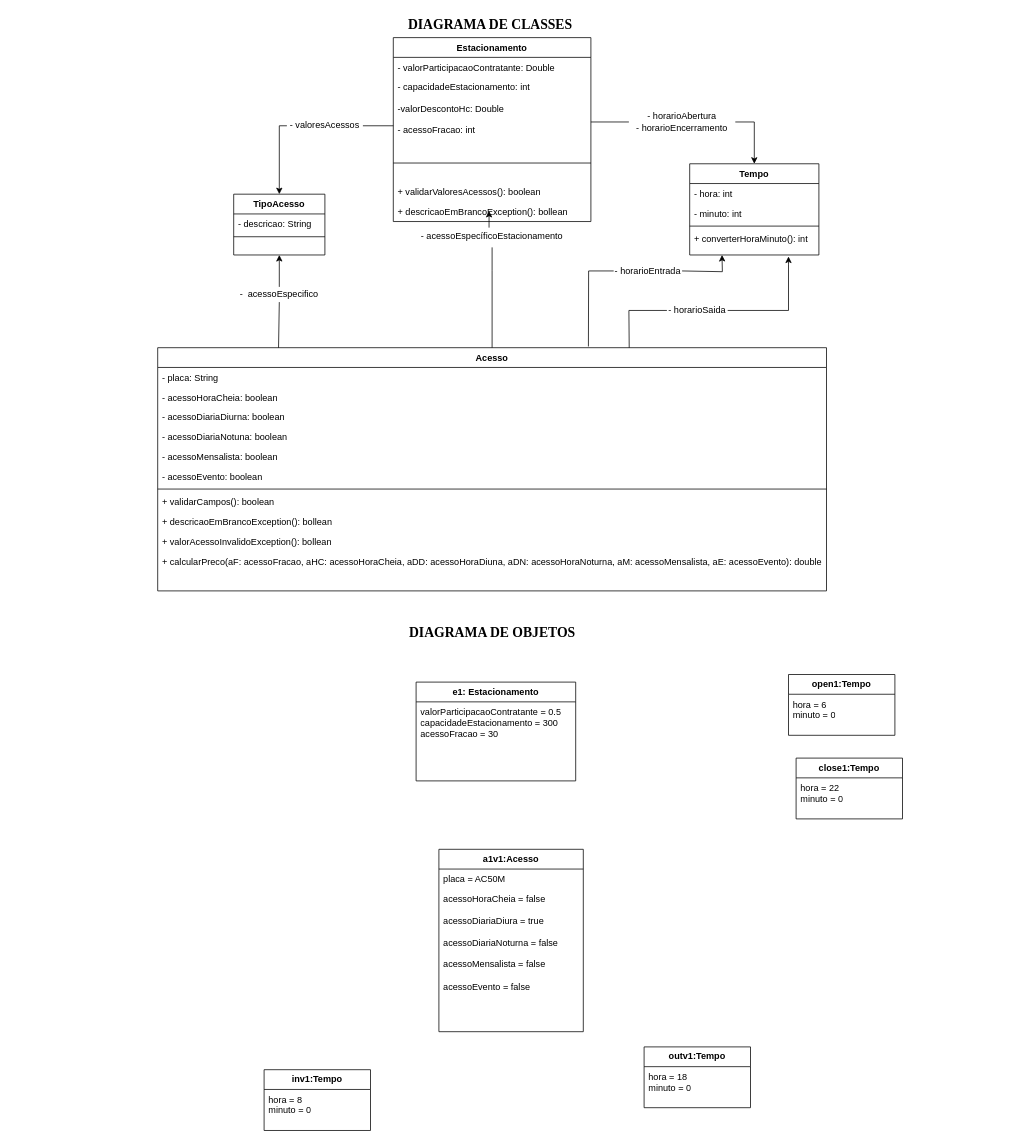
Above: diagramas/diagrama-classes.drawio in rodwendrel/orientacao-objetos (draw.io), before the change. Source tidied: cells renumbered, new cells numbered last; positions are measured from the earlier drawing's top-left corner, leaving out a move shared by most shapes. Both pictures are drawn from the tidied source at 76%, with x=0, y=0 at pixel (157, 13).
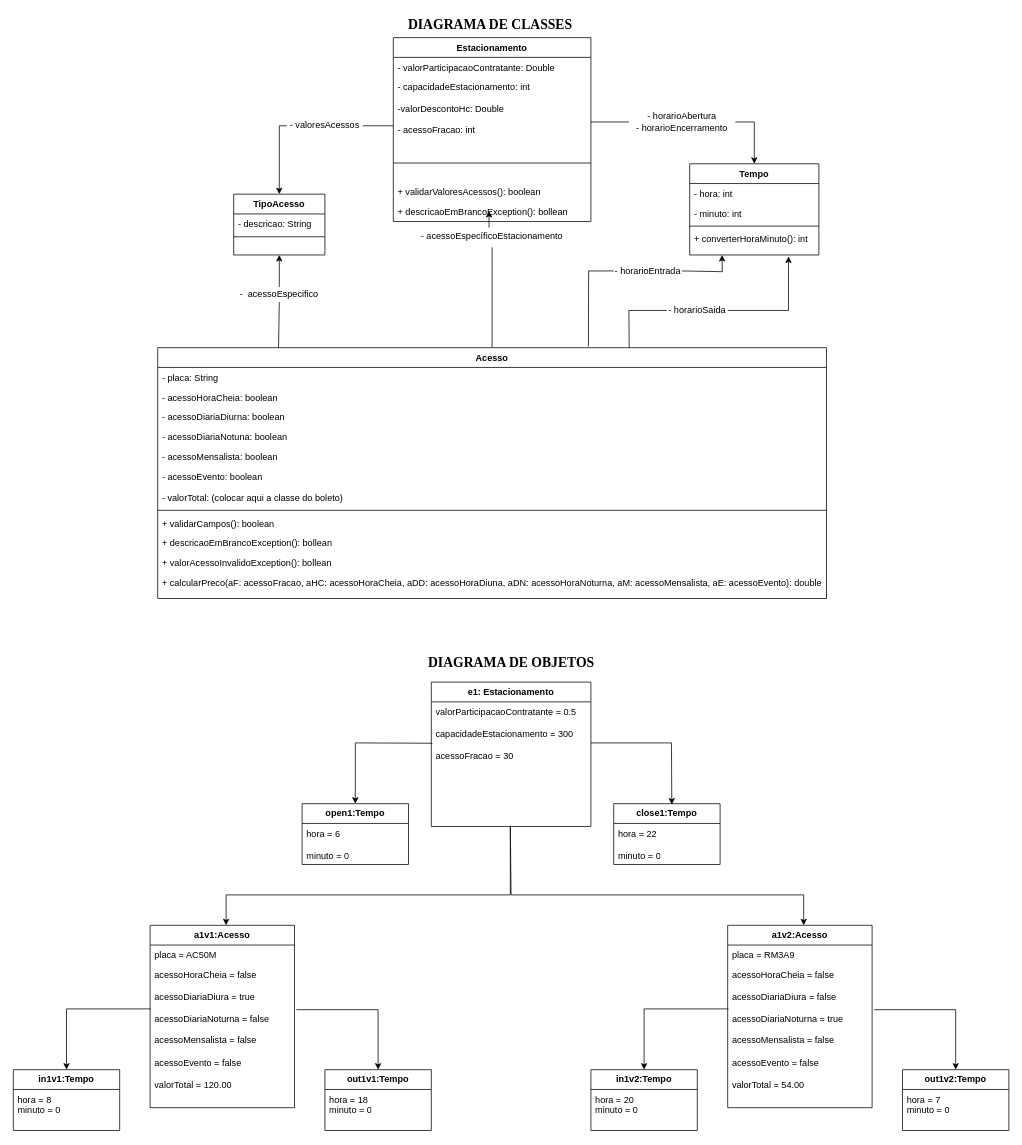
Above is the later version.

Diff of the diagram source:
```diff
@@
     <mxCell id="8" value="Acesso" style="swimlane;fontStyle=1;align=center;verticalAlign=top;horizontal=1;startSize=26;rounded=0;shadow=0;strokeWidth=1;" parent="1" vertex="1">
-      <mxGeometry y="440" width="880" height="320" as="geometry" />
+      <mxGeometry y="440" width="880" height="330" as="geometry" />
     </mxCell>
@@
-    <mxCell id="14" value="- acessoEvento: boolean" style="text;align=left;verticalAlign=top;spacingLeft=4;spacingRight=4;overflow=hidden;" parent="8" vertex="1">
-      <mxGeometry y="156" width="880" height="26" as="geometry" />
+    <mxCell id="14" value="- acessoEvento: boolean&#10;&#10;- valorTotal: (colocar aqui a classe do boleto)" style="text;align=left;verticalAlign=top;spacingLeft=4;spacingRight=4;overflow=hidden;" parent="8" vertex="1">
+      <mxGeometry y="156" width="880" height="54" as="geometry" />
     </mxCell>
     <mxCell id="15" style="line;html=1;strokeWidth=1;align=left;verticalAlign=middle;spacingTop=-1;spacingLeft=3;spacingRight=3;labelPosition=right;" parent="8" vertex="1">
-      <mxGeometry y="182" width="880" height="8" as="geometry" />
+      <mxGeometry y="210" width="880" height="8" as="geometry" />
     </mxCell>
     <mxCell id="16" value="+ validarCampos(): boolean" style="text;align=left;verticalAlign=top;spacingLeft=4;spacingRight=4;overflow=hidden;" parent="8" vertex="1">
-      <mxGeometry y="190" width="880" height="26" as="geometry" />
+      <mxGeometry y="218" width="880" height="26" as="geometry" />
     </mxCell>
     <mxCell id="17" value="+ descricaoEmBrancoException(): bollean" style="text;align=left;verticalAlign=top;spacingLeft=4;spacingRight=4;overflow=hidden;" parent="8" vertex="1">
-      <mxGeometry y="216" width="880" height="26" as="geometry" />
+      <mxGeometry y="244" width="880" height="26" as="geometry" />
     </mxCell>
     <mxCell id="18" value="+ valorAcessoInvalidoException(): bollean" style="text;align=left;verticalAlign=top;spacingLeft=4;spacingRight=4;overflow=hidden;" parent="8" vertex="1">
-      <mxGeometry y="242" width="880" height="26" as="geometry" />
+      <mxGeometry y="270" width="880" height="26" as="geometry" />
     </mxCell>
     <mxCell id="19" value="+ calcularPreco(aF: acessoFracao, aHC: acessoHoraCheia, aDD: acessoHoraDiuna, aDN: acessoHoraNoturna, aM: acessoMensalista, aE: acessoEvento): double" style="text;align=left;verticalAlign=top;spacingLeft=4;spacingRight=4;overflow=hidden;" parent="8" vertex="1">
-      <mxGeometry y="268" width="880" height="26" as="geometry" />
+      <mxGeometry y="296" width="880" height="26" as="geometry" />
     </mxCell>
@@
     <mxCell id="48" value="&lt;font face=&quot;Times New Roman&quot; style=&quot;font-size: 18px;&quot;&gt;&lt;b&gt;DIAGRAMA DE OBJETOS&lt;/b&gt;&lt;/font&gt;" style="text;strokeColor=none;align=center;fillColor=none;html=1;verticalAlign=middle;whiteSpace=wrap;rounded=0;" parent="1" vertex="1">
-      <mxGeometry x="322.5" y="800" width="235" height="30" as="geometry" />
+      <mxGeometry x="347.5" y="840" width="235" height="30" as="geometry" />
     </mxCell>
     <mxCell id="49" value="&lt;b&gt;e1: Estacionamento&lt;/b&gt;" style="swimlane;fontStyle=0;horizontal=1;startSize=26;fillColor=none;whiteSpace=wrap;html=1;" parent="1" vertex="1">
-      <mxGeometry x="340" y="880" width="210" height="130" as="geometry" />
+      <mxGeometry x="360" y="880" width="210" height="190" as="geometry" />
     </mxCell>
-    <mxCell id="50" value="valorParticipacaoContratante&lt;span style=&quot;white-space: pre;&quot;&gt; &lt;/span&gt;= 0.5&lt;br&gt;capacidadeEstacionamento = 300&lt;br&gt;acessoFracao = 30" style="text;strokeColor=none;fillColor=none;align=left;verticalAlign=top;spacingLeft=4;spacingRight=4;overflow=hidden;points=[[0,0.5],[1,0.5]];portConstraint=eastwest;whiteSpace=wrap;html=1;" parent="49" vertex="1">
-      <mxGeometry y="26" width="210" height="104" as="geometry" />
+    <mxCell id="50" value="valorParticipacaoContratante&lt;span style=&quot;white-space: pre;&quot;&gt; &lt;/span&gt;= 0.5&lt;br&gt;&lt;br&gt;capacidadeEstacionamento = 300&lt;br&gt;&lt;br&gt;acessoFracao = 30" style="text;strokeColor=none;fillColor=none;align=left;verticalAlign=top;spacingLeft=4;spacingRight=4;overflow=hidden;points=[[0,0.5],[1,0.5]];portConstraint=eastwest;whiteSpace=wrap;html=1;" parent="49" vertex="1">
+      <mxGeometry y="26" width="210" height="164" as="geometry" />
     </mxCell>
     <mxCell id="51" value="&lt;b&gt;close1:Tempo&lt;/b&gt;" style="swimlane;fontStyle=0;horizontal=1;startSize=26;fillColor=none;whiteSpace=wrap;html=1;" parent="1" vertex="1">
-      <mxGeometry x="840" y="980" width="140" height="80" as="geometry" />
+      <mxGeometry x="600" y="1040" width="140" height="80" as="geometry" />
     </mxCell>
-    <mxCell id="52" value="hora = 22&lt;br&gt;minuto = 0" style="text;strokeColor=none;fillColor=none;align=left;verticalAlign=top;spacingLeft=4;spacingRight=4;overflow=hidden;whiteSpace=wrap;html=1;" parent="51" vertex="1">
+    <mxCell id="52" value="hora = 22&lt;br&gt;&lt;br&gt;minuto = 0" style="text;strokeColor=none;fillColor=none;align=left;verticalAlign=top;spacingLeft=4;spacingRight=4;overflow=hidden;whiteSpace=wrap;html=1;" parent="51" vertex="1">
       <mxGeometry y="26" width="140" height="54" as="geometry" />
     </mxCell>
     <mxCell id="53" value="&lt;b&gt;open1:Tempo&lt;/b&gt;" style="swimlane;fontStyle=0;horizontal=1;startSize=26;fillColor=none;whiteSpace=wrap;html=1;" parent="1" vertex="1">
-      <mxGeometry x="830" y="870" width="140" height="80" as="geometry" />
+      <mxGeometry x="190" y="1040" width="140" height="80" as="geometry" />
     </mxCell>
-    <mxCell id="54" value="hora = 6&lt;br&gt;minuto = 0" style="text;strokeColor=none;fillColor=none;align=left;verticalAlign=top;spacingLeft=4;spacingRight=4;overflow=hidden;whiteSpace=wrap;html=1;" parent="53" vertex="1">
+    <mxCell id="54" value="hora = 6&lt;br&gt;&lt;br&gt;minuto = 0" style="text;strokeColor=none;fillColor=none;align=left;verticalAlign=top;spacingLeft=4;spacingRight=4;overflow=hidden;whiteSpace=wrap;html=1;" parent="53" vertex="1">
       <mxGeometry y="26" width="140" height="54" as="geometry" />
     </mxCell>
     <mxCell id="55" value="&lt;b&gt;a1v1:Acesso&lt;/b&gt;" style="swimlane;fontStyle=0;horizontal=1;startSize=26;fillColor=none;whiteSpace=wrap;html=1;" parent="1" vertex="1">
-      <mxGeometry x="370" y="1100" width="190" height="240" as="geometry" />
+      <mxGeometry x="-10" y="1200" width="190" height="240" as="geometry" />
     </mxCell>
@@
-    <mxCell id="57" value="acessoHoraCheia = false&lt;br&gt;&lt;br&gt;acessoDiariaDiura = true&lt;br&gt;&lt;br&gt;acessoDiariaNoturna = false&lt;br&gt;&lt;br&gt;acessoMensalista = false&lt;br&gt;&lt;br&gt;acessoEvento = false&lt;br&gt;&lt;br&gt;" style="text;strokeColor=none;fillColor=none;align=left;verticalAlign=top;spacingLeft=4;spacingRight=4;overflow=hidden;points=[[0,0.5],[1,0.5]];portConstraint=eastwest;whiteSpace=wrap;html=1;" parent="55" vertex="1">
+    <mxCell id="57" value="acessoHoraCheia = false&lt;br&gt;&lt;br&gt;acessoDiariaDiura = true&lt;br&gt;&lt;br&gt;acessoDiariaNoturna = false&lt;br&gt;&lt;br&gt;acessoMensalista = false&lt;br&gt;&lt;br&gt;acessoEvento = false&lt;br&gt;&lt;br&gt;valorTotal =&amp;nbsp;120.00&lt;br&gt;" style="text;strokeColor=none;fillColor=none;align=left;verticalAlign=top;spacingLeft=4;spacingRight=4;overflow=hidden;points=[[0,0.5],[1,0.5]];portConstraint=eastwest;whiteSpace=wrap;html=1;" parent="55" vertex="1">
       <mxGeometry y="52" width="190" height="188" as="geometry" />
     </mxCell>
-    <mxCell id="58" value="&lt;b&gt;inv1:Tempo&lt;/b&gt;" style="swimlane;fontStyle=0;horizontal=1;startSize=26;fillColor=none;whiteSpace=wrap;html=1;" parent="1" vertex="1">
-      <mxGeometry x="140" y="1390" width="140" height="80" as="geometry" />
+    <mxCell id="58" value="&lt;b&gt;in1v1:Tempo&lt;/b&gt;" style="swimlane;fontStyle=0;horizontal=1;startSize=26;fillColor=none;whiteSpace=wrap;html=1;" parent="1" vertex="1">
+      <mxGeometry x="-190" y="1390" width="140" height="80" as="geometry" />
     </mxCell>
@@
-    <mxCell id="60" value="&lt;b&gt;outv1:Tempo&lt;/b&gt;" style="swimlane;fontStyle=0;horizontal=1;startSize=26;fillColor=none;whiteSpace=wrap;html=1;" parent="1" vertex="1">
-      <mxGeometry x="640" y="1360" width="140" height="80" as="geometry" />
+    <mxCell id="60" value="&lt;b&gt;out1v1:Tempo&lt;/b&gt;" style="swimlane;fontStyle=0;horizontal=1;startSize=26;fillColor=none;whiteSpace=wrap;html=1;" parent="1" vertex="1">
+      <mxGeometry x="220" y="1390" width="140" height="80" as="geometry" />
     </mxCell>
@@
+    <mxCell id="62" style="edgeStyle=none;jettySize=auto;html=1;rounded=0;exitX=0.007;exitY=0.332;exitDx=0;exitDy=0;entryX=0.5;entryY=0;entryDx=0;entryDy=0;exitPerimeter=0;" parent="1" edge="1" source="50" target="53">
+      <mxGeometry relative="1" as="geometry">
+        <Array as="points">
+          <mxPoint x="260" y="960" />
+        </Array>
+      </mxGeometry>
+    </mxCell>
+    <mxCell id="63" style="edgeStyle=none;jettySize=auto;html=1;rounded=0;entryX=0.546;entryY=0.013;entryDx=0;entryDy=0;entryPerimeter=0;" parent="1" edge="1" target="51">
+      <mxGeometry relative="1" as="geometry">
+        <mxPoint x="570" y="960" as="sourcePoint" />
+        <Array as="points">
+          <mxPoint x="676" y="960" />
+        </Array>
+      </mxGeometry>
+    </mxCell>
+    <mxCell id="64" style="edgeStyle=none;jettySize=auto;html=1;rounded=0;exitX=0.007;exitY=0.332;exitDx=0;exitDy=0;entryX=0.5;entryY=0;entryDx=0;entryDy=0;exitPerimeter=0;" parent="1" edge="1" target="58">
+      <mxGeometry relative="1" as="geometry">
+        <mxPoint x="-9" y="1310" as="sourcePoint" />
+        <Array as="points">
+          <mxPoint x="-120" y="1310" />
+        </Array>
+      </mxGeometry>
+    </mxCell>
+    <mxCell id="65" style="edgeStyle=none;jettySize=auto;html=1;rounded=0;exitX=1.013;exitY=0.314;exitDx=0;exitDy=0;entryX=0.5;entryY=0;entryDx=0;entryDy=0;exitPerimeter=0;" parent="1" edge="1" source="57" target="60">
+      <mxGeometry relative="1" as="geometry">
+        <Array as="points">
+          <mxPoint x="290" y="1311" />
+        </Array>
+      </mxGeometry>
+    </mxCell>
+    <mxCell id="66" style="edgeStyle=none;jettySize=auto;html=1;rounded=0;exitX=0.495;exitY=0.999;exitDx=0;exitDy=0;exitPerimeter=0;" parent="1" edge="1" source="50">
+      <mxGeometry relative="1" as="geometry">
+        <mxPoint x="90" y="1200" as="targetPoint" />
+        <Array as="points">
+          <mxPoint x="464" y="1160" />
+          <mxPoint x="90" y="1160" />
+        </Array>
+      </mxGeometry>
+    </mxCell>
+    <mxCell id="67" value="&lt;b&gt;a1v2:Acesso&lt;/b&gt;" style="swimlane;fontStyle=0;horizontal=1;startSize=26;fillColor=none;whiteSpace=wrap;html=1;" parent="1" vertex="1">
+      <mxGeometry x="750" y="1200" width="190" height="240" as="geometry" />
+    </mxCell>
+    <mxCell id="68" value="placa =&amp;nbsp;RM3A9" style="text;strokeColor=none;fillColor=none;align=left;verticalAlign=top;spacingLeft=4;spacingRight=4;overflow=hidden;whiteSpace=wrap;html=1;" parent="67" vertex="1">
+      <mxGeometry y="26" width="190" height="26" as="geometry" />
+    </mxCell>
+    <mxCell id="69" value="acessoHoraCheia = false&lt;br&gt;&lt;br&gt;acessoDiariaDiura = false&lt;br&gt;&lt;br&gt;acessoDiariaNoturna = true&lt;br&gt;&lt;br&gt;acessoMensalista = false&lt;br&gt;&lt;br&gt;acessoEvento = false&lt;br&gt;&lt;br&gt;valorTotal =&amp;nbsp;54.00" style="text;strokeColor=none;fillColor=none;align=left;verticalAlign=top;spacingLeft=4;spacingRight=4;overflow=hidden;points=[[0,0.5],[1,0.5]];portConstraint=eastwest;whiteSpace=wrap;html=1;" parent="67" vertex="1">
+      <mxGeometry y="52" width="190" height="188" as="geometry" />
+    </mxCell>
+    <mxCell id="70" value="&lt;b&gt;in1v2:Tempo&lt;/b&gt;" style="swimlane;fontStyle=0;horizontal=1;startSize=26;fillColor=none;whiteSpace=wrap;html=1;" parent="1" vertex="1">
+      <mxGeometry x="570" y="1390" width="140" height="80" as="geometry" />
+    </mxCell>
+    <mxCell id="71" value="hora = 20&lt;br&gt;minuto = 0" style="text;strokeColor=none;fillColor=none;align=left;verticalAlign=top;spacingLeft=4;spacingRight=4;overflow=hidden;whiteSpace=wrap;html=1;" parent="70" vertex="1">
+      <mxGeometry y="26" width="140" height="54" as="geometry" />
+    </mxCell>
+    <mxCell id="72" value="&lt;b&gt;out1v2:Tempo&lt;/b&gt;" style="swimlane;fontStyle=0;horizontal=1;startSize=26;fillColor=none;whiteSpace=wrap;html=1;" parent="1" vertex="1">
+      <mxGeometry x="980" y="1390" width="140" height="80" as="geometry" />
+    </mxCell>
+    <mxCell id="73" value="hora = 7&lt;br&gt;minuto = 0" style="text;strokeColor=none;fillColor=none;align=left;verticalAlign=top;spacingLeft=4;spacingRight=4;overflow=hidden;whiteSpace=wrap;html=1;" parent="72" vertex="1">
+      <mxGeometry y="26" width="140" height="54" as="geometry" />
+    </mxCell>
+    <mxCell id="74" style="edgeStyle=none;jettySize=auto;html=1;rounded=0;exitX=0.007;exitY=0.332;exitDx=0;exitDy=0;entryX=0.5;entryY=0;entryDx=0;entryDy=0;exitPerimeter=0;" parent="1" edge="1" target="70">
+      <mxGeometry relative="1" as="geometry">
+        <mxPoint x="751" y="1310" as="sourcePoint" />
+        <Array as="points">
+          <mxPoint x="640" y="1310" />
+        </Array>
+      </mxGeometry>
+    </mxCell>
+    <mxCell id="75" style="edgeStyle=none;jettySize=auto;html=1;rounded=0;exitX=1.013;exitY=0.314;exitDx=0;exitDy=0;entryX=0.5;entryY=0;entryDx=0;entryDy=0;exitPerimeter=0;" parent="1" edge="1" source="69" target="72">
+      <mxGeometry relative="1" as="geometry">
+        <Array as="points">
+          <mxPoint x="1050" y="1311" />
+        </Array>
+      </mxGeometry>
+    </mxCell>
+    <mxCell id="76" style="edgeStyle=none;jettySize=auto;html=1;rounded=0;exitX=0.495;exitY=0.992;exitDx=0;exitDy=0;exitPerimeter=0;" parent="1" edge="1" source="50">
+      <mxGeometry relative="1" as="geometry">
+        <mxPoint x="850" y="1200" as="targetPoint" />
+        <Array as="points">
+          <mxPoint x="465" y="1160" />
+          <mxPoint x="850" y="1160" />
+        </Array>
+      </mxGeometry>
+    </mxCell>
```
